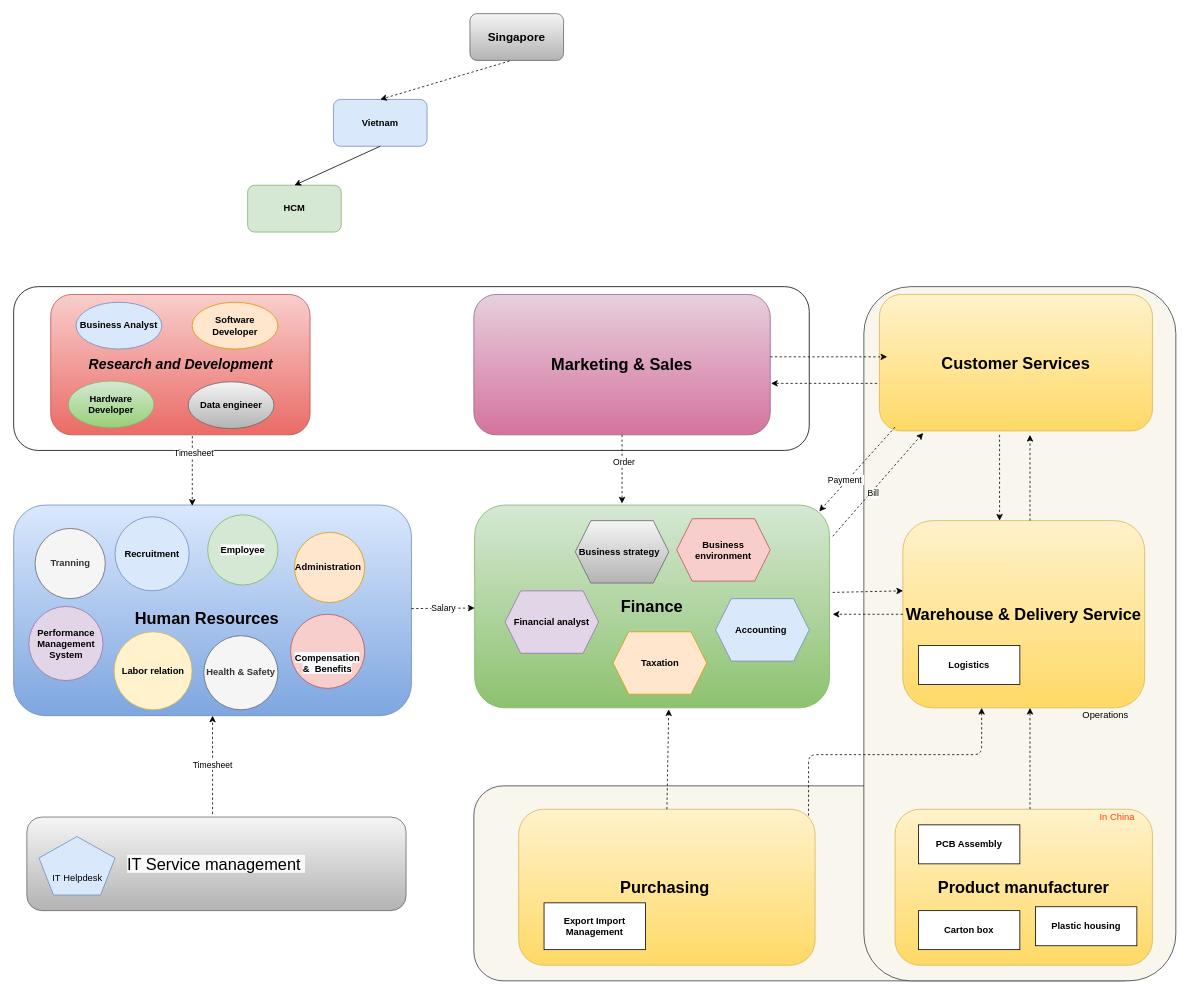
The draw.io diagram page "Org_Chart" (1 of 11) of 04_docs/Department_Organizational_chart.drawio in letrthong/business, before the edit. Source tidied: cells renumbered, new cells numbered last; positions are measured from the earlier drawing's top-left corner, leaving out a move shared by most shapes. Both pictures are drawn from the tidied source at 78%, with x=0, y=0 at pixel (13, 13).
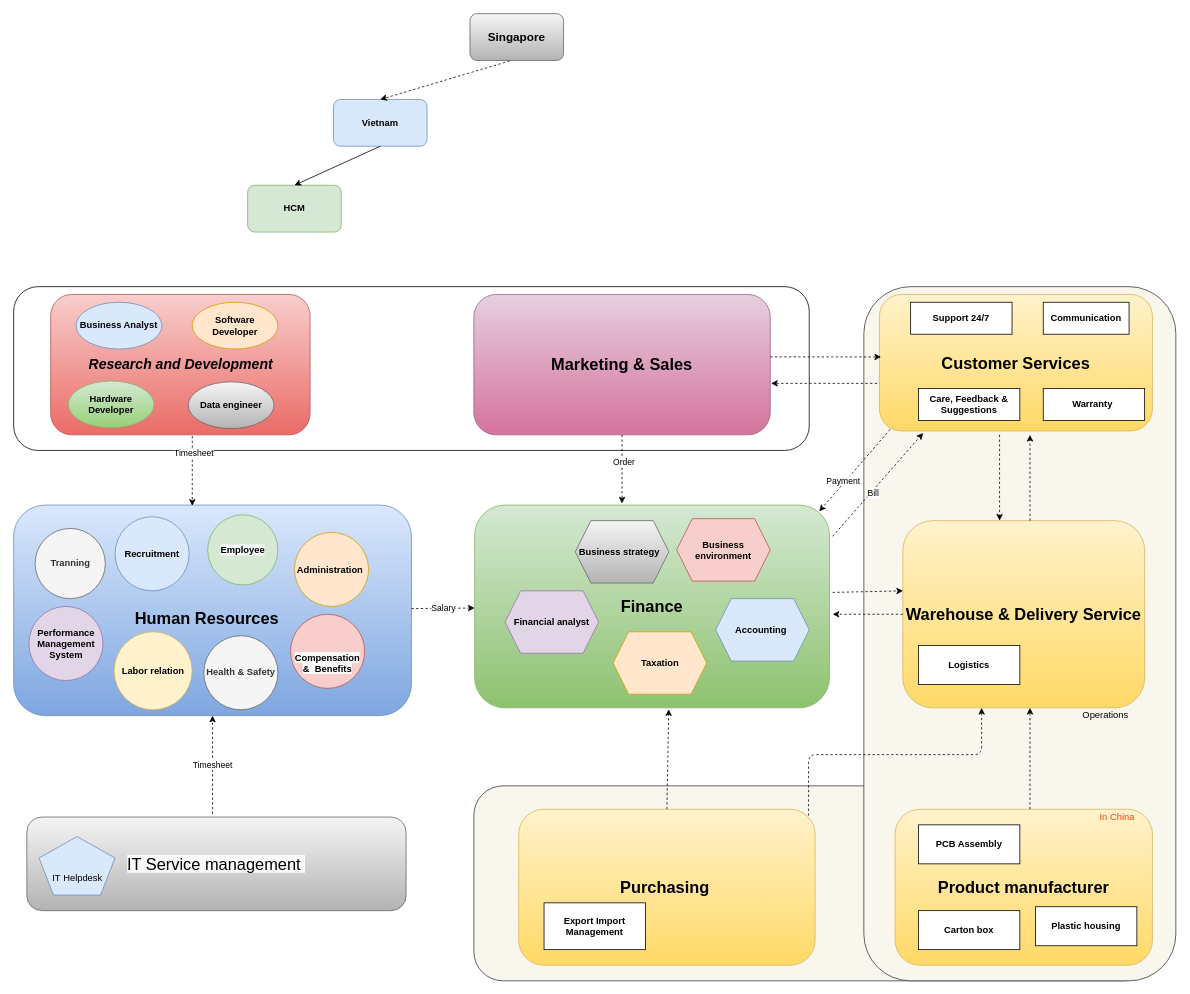
Above is the later version.

Unchanged cells that the change refers to:
```xml
<mxCell id="8" value="&lt;span&gt;&lt;font style=&quot;font-size: 21px&quot;&gt;&lt;b&gt;Customer Services&lt;/b&gt;&lt;/font&gt;&lt;/span&gt;" style="rounded=1;whiteSpace=wrap;html=1;gradientColor=#ffd966;fillColor=#fff2cc;strokeColor=#d6b656;arcSize=16;" parent="1" vertex="1">
  <mxGeometry x="1110" y="360" width="350" height="175" as="geometry" />
</mxCell>
<mxCell id="12" value="&lt;span&gt;&lt;font style=&quot;font-size: 21px&quot;&gt;&lt;b&gt;Finance&lt;/b&gt;&lt;/font&gt;&lt;/span&gt;" style="rounded=1;whiteSpace=wrap;html=1;fillColor=#d5e8d4;strokeColor=#82b366;gradientColor=#8DC26F;" parent="1" vertex="1">
  <mxGeometry x="591" y="630" width="455" height="260" as="geometry" />
</mxCell>
```

The edit, as a diff of the source:
```diff
@@
     <mxCell id="23" value="&lt;b&gt;Administration&amp;nbsp;&lt;/b&gt;" style="ellipse;whiteSpace=wrap;html=1;fillColor=#ffe6cc;strokeColor=#d79b00;" parent="1" vertex="1">
-      <mxGeometry x="360" y="665" width="90" height="90" as="geometry" />
+      <mxGeometry x="360" y="665" width="95" height="95" as="geometry" />
     </mxCell>
@@
-    <mxCell id="28" style="endArrow=classic;html=1;dashed=1;" parent="1" edge="1">
+    <mxCell id="28" style="endArrow=classic;html=1;dashed=1;entryX=0.006;entryY=0.458;entryDx=0;entryDy=0;entryPerimeter=0;" parent="1" edge="1" target="8">
       <mxGeometry relative="1" as="geometry">
         <mxPoint x="970" y="440" as="sourcePoint" />
-        <mxPoint x="1120" y="440" as="targetPoint" />
       </mxGeometry>
     </mxCell>
@@
-    <mxCell id="31" style="endArrow=classic;html=1;dashed=1;entryX=0.971;entryY=0.031;entryDx=0;entryDy=0;entryPerimeter=0;" parent="1" edge="1" target="12">
-      <mxGeometry relative="1" as="geometry">
-        <mxPoint x="1130" y="530" as="sourcePoint" />
-      </mxGeometry>
+    <mxCell id="31" style="endArrow=classic;html=1;dashed=1;entryX=0.971;entryY=0.031;entryDx=0;entryDy=0;entryPerimeter=0;exitX=0.039;exitY=0.989;exitDx=0;exitDy=0;exitPerimeter=0;" parent="1" edge="1" source="8" target="12">
+      <mxGeometry relative="1" as="geometry" />
     </mxCell>
@@
+    <mxCell id="64" value="&lt;b&gt;Warranty&amp;nbsp;&lt;/b&gt;" style="rounded=0;whiteSpace=wrap;html=1;" parent="1" vertex="1">
+      <mxGeometry x="1320" y="480.5" width="130" height="41" as="geometry" />
+    </mxCell>
+    <mxCell id="65" value="&lt;b&gt;Communication&lt;/b&gt;" style="rounded=0;whiteSpace=wrap;html=1;" parent="1" vertex="1">
+      <mxGeometry x="1320" y="370" width="110" height="41" as="geometry" />
+    </mxCell>
+    <mxCell id="66" value="&lt;b&gt;Support 24/7&lt;/b&gt;" style="rounded=0;whiteSpace=wrap;html=1;" parent="1" vertex="1">
+      <mxGeometry x="1150" y="370" width="130" height="41" as="geometry" />
+    </mxCell>
+    <mxCell id="67" value="&lt;b&gt;Care, Feedback &amp;amp; Suggestions&lt;/b&gt;" style="rounded=0;whiteSpace=wrap;html=1;" parent="1" vertex="1">
+      <mxGeometry x="1160" y="480.5" width="130" height="41" as="geometry" />
+    </mxCell>
```
